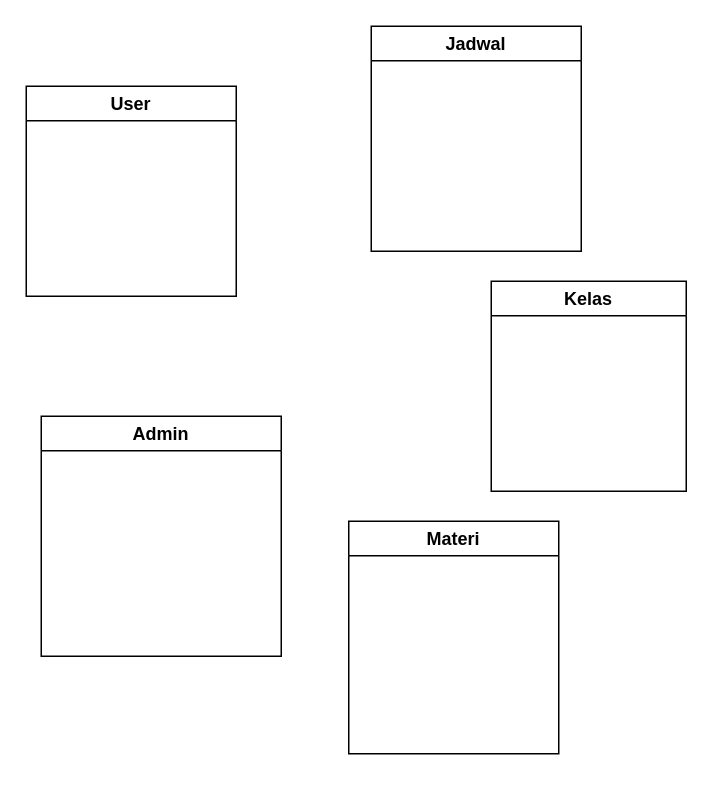
Before: page "class diagram" (3 of 4) of Untitled Diagram.drawio in htmledan/Shell-script-gugugaga, a draw.io diagram. Source tidied: cells renumbered, new cells numbered last; positions are measured from the earlier drawing's top-left corner, leaving out a move shared by most shapes. Both pictures are drawn from the tidied source at 150%, with x=0, y=0 at pixel (26, 26).
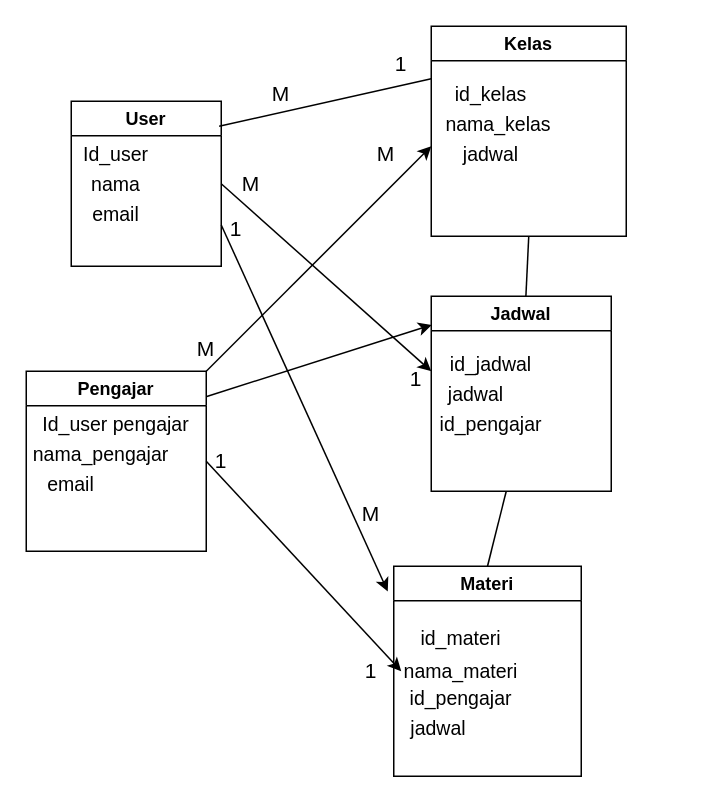
After the change.

The edit, as a diff of the source:
```diff
@@
     <mxCell id="2" value="User" style="swimlane;whiteSpace=wrap;html=1;" parent="1" vertex="1">
-      <mxGeometry y="40" width="140" height="140" as="geometry" />
+      <mxGeometry x="30" y="50" width="100" height="110" as="geometry" />
     </mxCell>
-    <mxCell id="3" value="Admin" style="swimlane;whiteSpace=wrap;html=1;" parent="1" vertex="1">
-      <mxGeometry x="10" y="260" width="160" height="160" as="geometry" />
-    </mxCell>
+    <mxCell id="7" value="Id_user" style="text;html=1;align=center;verticalAlign=middle;whiteSpace=wrap;rounded=0;fontSize=13;" parent="2" vertex="1">
+      <mxGeometry y="20" width="60" height="30" as="geometry" />
+    </mxCell>
+    <mxCell id="8" value="nama" style="text;html=1;align=center;verticalAlign=middle;whiteSpace=wrap;rounded=0;fontSize=13;" parent="2" vertex="1">
+      <mxGeometry y="40" width="60" height="30" as="geometry" />
+    </mxCell>
+    <mxCell id="9" value="email" style="text;html=1;align=center;verticalAlign=middle;whiteSpace=wrap;rounded=0;fontSize=13;" parent="2" vertex="1">
+      <mxGeometry y="60" width="60" height="30" as="geometry" />
+    </mxCell>
     <mxCell id="4" value="Materi" style="swimlane;whiteSpace=wrap;html=1;" parent="1" vertex="1">
-      <mxGeometry x="215" y="330" width="140" height="155" as="geometry" />
+      <mxGeometry x="245" y="360" width="125" height="140" as="geometry" />
     </mxCell>
+    <mxCell id="10" value="id_materi" style="text;html=1;align=center;verticalAlign=middle;whiteSpace=wrap;rounded=0;fontSize=13;" parent="4" vertex="1">
+      <mxGeometry x="15" y="32.5" width="60" height="30" as="geometry" />
+    </mxCell>
+    <mxCell id="11" value="nama_materi" style="text;html=1;align=center;verticalAlign=middle;whiteSpace=wrap;rounded=0;fontSize=13;" parent="4" vertex="1">
+      <mxGeometry x="15" y="55" width="60" height="30" as="geometry" />
+    </mxCell>
+    <mxCell id="12" value="id_pengajar" style="text;html=1;align=center;verticalAlign=middle;whiteSpace=wrap;rounded=0;fontSize=13;" parent="4" vertex="1">
+      <mxGeometry x="15" y="72.5" width="60" height="30" as="geometry" />
+    </mxCell>
+    <mxCell id="13" value="jadwal" style="text;html=1;align=center;verticalAlign=middle;whiteSpace=wrap;rounded=0;fontSize=13;" parent="4" vertex="1">
+      <mxGeometry y="92.5" width="60" height="30" as="geometry" />
+    </mxCell>
+    <mxCell id="14" value="1" style="text;html=1;align=center;verticalAlign=middle;whiteSpace=wrap;rounded=0;fontSize=14;" parent="4" vertex="1">
+      <mxGeometry x="-45" y="55" width="60" height="30" as="geometry" />
+    </mxCell>
     <mxCell id="5" value="Jadwal" style="swimlane;whiteSpace=wrap;html=1;" parent="1" vertex="1">
-      <mxGeometry x="230" width="140" height="150" as="geometry" />
+      <mxGeometry x="270" y="180" width="120" height="130" as="geometry" />
     </mxCell>
+    <mxCell id="15" value="id_jadwal" style="text;html=1;align=center;verticalAlign=middle;whiteSpace=wrap;rounded=0;fontSize=13;" parent="5" vertex="1">
+      <mxGeometry x="10" y="30" width="60" height="30" as="geometry" />
+    </mxCell>
+    <mxCell id="16" value="jadwal" style="text;html=1;align=center;verticalAlign=middle;whiteSpace=wrap;rounded=0;fontSize=13;" parent="5" vertex="1">
+      <mxGeometry y="50" width="60" height="30" as="geometry" />
+    </mxCell>
+    <mxCell id="17" value="id_pengajar" style="text;html=1;align=center;verticalAlign=middle;whiteSpace=wrap;rounded=0;fontSize=13;" parent="5" vertex="1">
+      <mxGeometry x="10" y="70" width="60" height="30" as="geometry" />
+    </mxCell>
+    <mxCell id="18" value="1" style="text;html=1;align=center;verticalAlign=middle;whiteSpace=wrap;rounded=0;fontSize=14;" parent="5" vertex="1">
+      <mxGeometry x="-40" y="40" width="60" height="30" as="geometry" />
+    </mxCell>
     <mxCell id="6" value="Kelas" style="swimlane;whiteSpace=wrap;html=1;" parent="1" vertex="1">
-      <mxGeometry x="310" y="170" width="130" height="140" as="geometry" />
+      <mxGeometry x="270" width="130" height="140" as="geometry" />
     </mxCell>
+    <mxCell id="19" value="id_kelas" style="text;html=1;align=center;verticalAlign=middle;whiteSpace=wrap;rounded=0;fontSize=13;" parent="6" vertex="1">
+      <mxGeometry x="10" y="30" width="60" height="30" as="geometry" />
+    </mxCell>
+    <mxCell id="20" value="nama_kelas" style="text;html=1;align=center;verticalAlign=middle;whiteSpace=wrap;rounded=0;fontSize=13;" parent="6" vertex="1">
+      <mxGeometry x="10" y="50" width="70" height="30" as="geometry" />
+    </mxCell>
+    <mxCell id="21" value="jadwal" style="text;html=1;align=center;verticalAlign=middle;whiteSpace=wrap;rounded=0;fontSize=13;" parent="6" vertex="1">
+      <mxGeometry x="10" y="70" width="60" height="30" as="geometry" />
+    </mxCell>
+    <mxCell id="22" value="Pengajar" style="swimlane;whiteSpace=wrap;html=1;" parent="1" vertex="1">
+      <mxGeometry y="230" width="120" height="120" as="geometry" />
+    </mxCell>
+    <mxCell id="23" value="Id_user pengajar" style="text;html=1;align=center;verticalAlign=middle;whiteSpace=wrap;rounded=0;fontSize=13;" parent="22" vertex="1">
+      <mxGeometry x="10" y="20" width="100" height="30" as="geometry" />
+    </mxCell>
+    <mxCell id="24" value="nama_pengajar" style="text;html=1;align=center;verticalAlign=middle;whiteSpace=wrap;rounded=0;fontSize=13;" parent="22" vertex="1">
+      <mxGeometry y="40" width="100" height="30" as="geometry" />
+    </mxCell>
+    <mxCell id="25" value="email" style="text;html=1;align=center;verticalAlign=middle;whiteSpace=wrap;rounded=0;fontSize=13;" parent="22" vertex="1">
+      <mxGeometry y="60" width="60" height="30" as="geometry" />
+    </mxCell>
+    <mxCell id="26" style="endArrow=none;html=1;rounded=0;exitX=0.986;exitY=0.152;exitDx=0;exitDy=0;exitPerimeter=0;entryX=0;entryY=0.25;entryDx=0;entryDy=0;" parent="1" edge="1" source="2" target="6">
+      <mxGeometry relative="1" as="geometry" />
+    </mxCell>
+    <mxCell id="27" style="endArrow=classic;html=1;rounded=0;exitX=1.003;exitY=0.14;exitDx=0;exitDy=0;exitPerimeter=0;entryX=0.003;entryY=0.147;entryDx=0;entryDy=0;entryPerimeter=0;" parent="1" edge="1" source="22" target="5">
+      <mxGeometry relative="1" as="geometry" />
+    </mxCell>
+    <mxCell id="28" style="endArrow=classic;html=1;rounded=0;exitX=1;exitY=0.5;exitDx=0;exitDy=0;" parent="1" edge="1" source="22">
+      <mxGeometry relative="1" as="geometry">
+        <mxPoint x="250" y="430" as="targetPoint" />
+      </mxGeometry>
+    </mxCell>
+    <mxCell id="29" style="endArrow=none;html=1;rounded=0;entryX=0.5;entryY=1;entryDx=0;entryDy=0;" parent="1" edge="1" source="5" target="6">
+      <mxGeometry relative="1" as="geometry" />
+    </mxCell>
+    <mxCell id="30" style="endArrow=none;html=1;rounded=0;exitX=0.5;exitY=0;exitDx=0;exitDy=0;" parent="1" edge="1" source="4">
+      <mxGeometry relative="1" as="geometry">
+        <mxPoint x="320" y="310" as="targetPoint" />
+      </mxGeometry>
+    </mxCell>
+    <mxCell id="31" style="endArrow=classic;html=1;rounded=0;exitX=1;exitY=0;exitDx=0;exitDy=0;" parent="1" edge="1" source="22">
+      <mxGeometry relative="1" as="geometry">
+        <mxPoint x="270" y="80" as="targetPoint" />
+      </mxGeometry>
+    </mxCell>
+    <mxCell id="32" style="endArrow=classic;html=1;rounded=0;exitX=1;exitY=0.5;exitDx=0;exitDy=0;entryX=0;entryY=0;entryDx=0;entryDy=0;" parent="1" edge="1" source="2" target="16">
+      <mxGeometry relative="1" as="geometry" />
+    </mxCell>
+    <mxCell id="33" style="endArrow=classic;html=1;rounded=0;exitX=1;exitY=0.75;exitDx=0;exitDy=0;entryX=-0.032;entryY=0.12;entryDx=0;entryDy=0;entryPerimeter=0;" parent="1" edge="1" source="2" target="4">
+      <mxGeometry relative="1" as="geometry" />
+    </mxCell>
+    <mxCell id="34" value="1" style="text;html=1;align=center;verticalAlign=middle;whiteSpace=wrap;rounded=0;fontSize=14;" parent="1" vertex="1">
+      <mxGeometry x="220" y="10" width="60" height="30" as="geometry" />
+    </mxCell>
+    <mxCell id="35" value="M" style="text;html=1;align=center;verticalAlign=middle;whiteSpace=wrap;rounded=0;fontSize=14;" parent="1" vertex="1">
+      <mxGeometry x="140" y="30" width="60" height="30" as="geometry" />
+    </mxCell>
+    <mxCell id="36" value="M" style="text;html=1;align=center;verticalAlign=middle;whiteSpace=wrap;rounded=0;fontSize=14;" parent="1" vertex="1">
+      <mxGeometry x="120" y="90" width="60" height="30" as="geometry" />
+    </mxCell>
+    <mxCell id="37" value="M" style="text;html=1;align=center;verticalAlign=middle;whiteSpace=wrap;rounded=0;fontSize=14;" parent="1" vertex="1">
+      <mxGeometry x="200" y="310" width="60" height="30" as="geometry" />
+    </mxCell>
+    <mxCell id="38" value="1" style="text;html=1;align=center;verticalAlign=middle;whiteSpace=wrap;rounded=0;fontSize=14;" parent="1" vertex="1">
+      <mxGeometry x="110" y="120" width="60" height="30" as="geometry" />
+    </mxCell>
+    <mxCell id="39" value="1" style="text;html=1;align=center;verticalAlign=middle;whiteSpace=wrap;rounded=0;fontSize=14;" parent="1" vertex="1">
+      <mxGeometry x="100" y="275" width="60" height="30" as="geometry" />
+    </mxCell>
+    <mxCell id="40" value="M" style="text;html=1;align=center;verticalAlign=middle;whiteSpace=wrap;rounded=0;fontSize=14;" parent="1" vertex="1">
+      <mxGeometry x="210" y="70" width="60" height="30" as="geometry" />
+    </mxCell>
+    <mxCell id="41" value="M" style="text;html=1;align=center;verticalAlign=middle;whiteSpace=wrap;rounded=0;fontSize=14;" parent="1" vertex="1">
+      <mxGeometry x="90" y="200" width="60" height="30" as="geometry" />
+    </mxCell>
```
